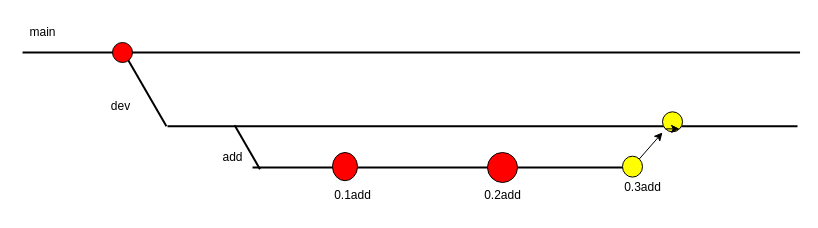
CARLINOT/tp_git_NathanC keeps this draw.io diagram as workflows.drawio. Above is the earlier version. Source tidied: cells renumbered, new cells numbered last; positions are measured from the earlier drawing's top-left corner, leaving out a move shared by most shapes. Both pictures are drawn from the tidied source at 100%, with x=0, y=0 at pixel (17, -337).
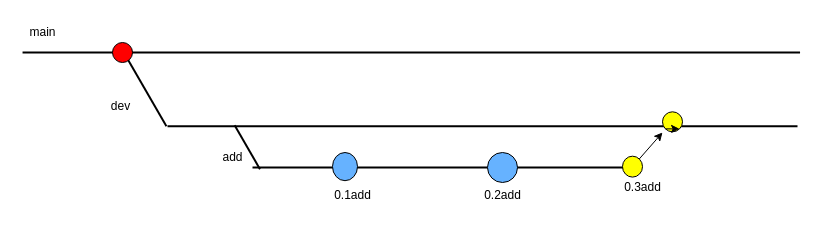
Above is the later version.

What changed in the source:
```diff
@@
-    <mxCell id="9" style="ellipse;whiteSpace=wrap;html=1;fontColor=#000000;fillColor=#FF0000;" parent="1" vertex="1">
+    <mxCell id="9" style="ellipse;whiteSpace=wrap;html=1;fontColor=#000000;fillColor=#66B2FF;" parent="1" vertex="1">
       <mxGeometry x="315" y="489" width="25" height="28.2" as="geometry" />
     </mxCell>
-    <mxCell id="10" style="ellipse;whiteSpace=wrap;html=1;fontColor=#000000;fillColor=#FF0000;" parent="1" vertex="1">
+    <mxCell id="10" style="ellipse;whiteSpace=wrap;html=1;fontColor=#000000;fillColor=#66B2FF;" parent="1" vertex="1">
       <mxGeometry x="470" y="489" width="30" height="30" as="geometry" />
     </mxCell>
```
